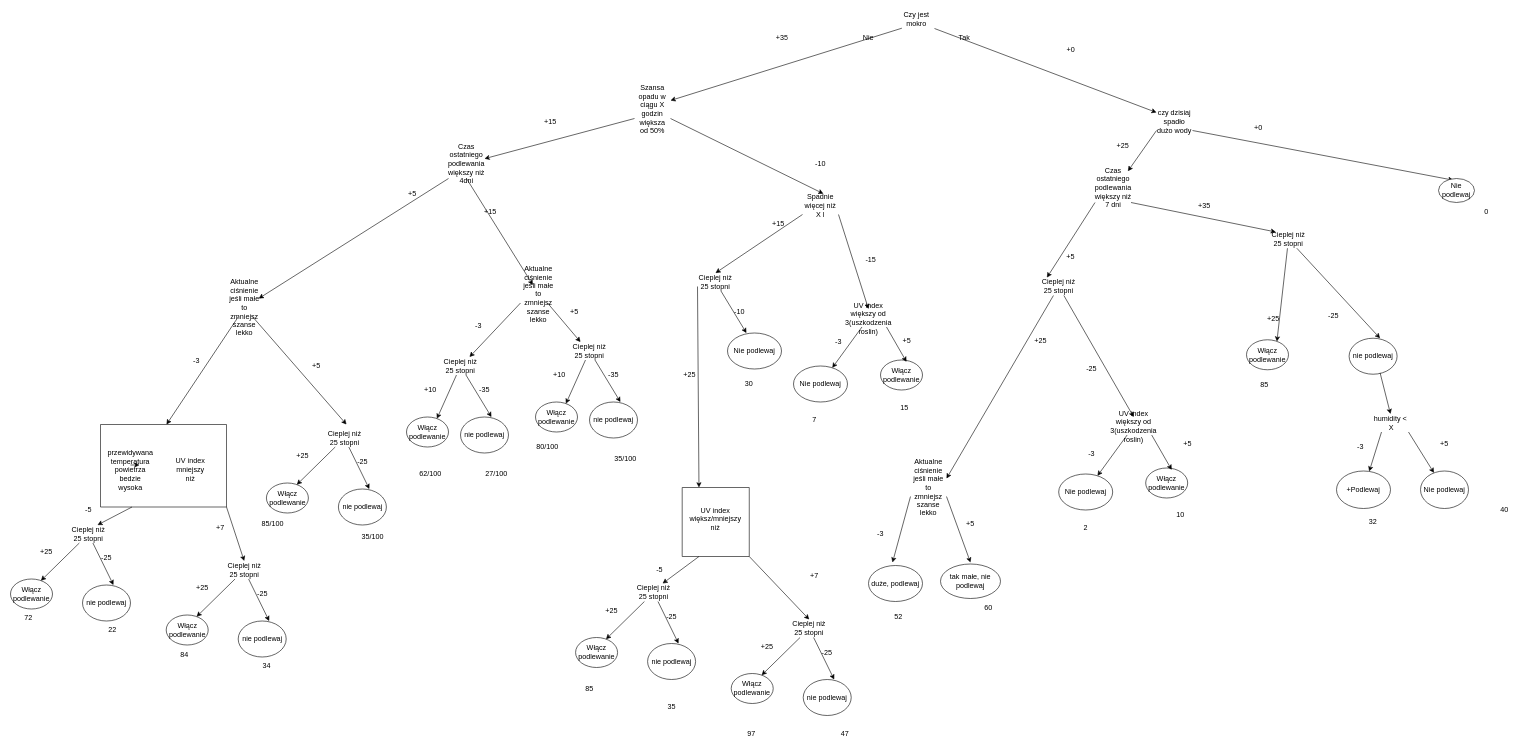
damiantomczyszyn/Irrigation-System keeps this draw.io diagram as page "Diagram" (5 of 5) of conditional-probability.drawio. Above is the earlier version. Source tidied: cells renumbered, new cells numbered last; positions are measured from the earlier drawing's top-left corner, leaving out a move shared by most shapes. Both pictures are drawn from the tidied source at 60%, with x=0, y=0 at pixel (10, 10).
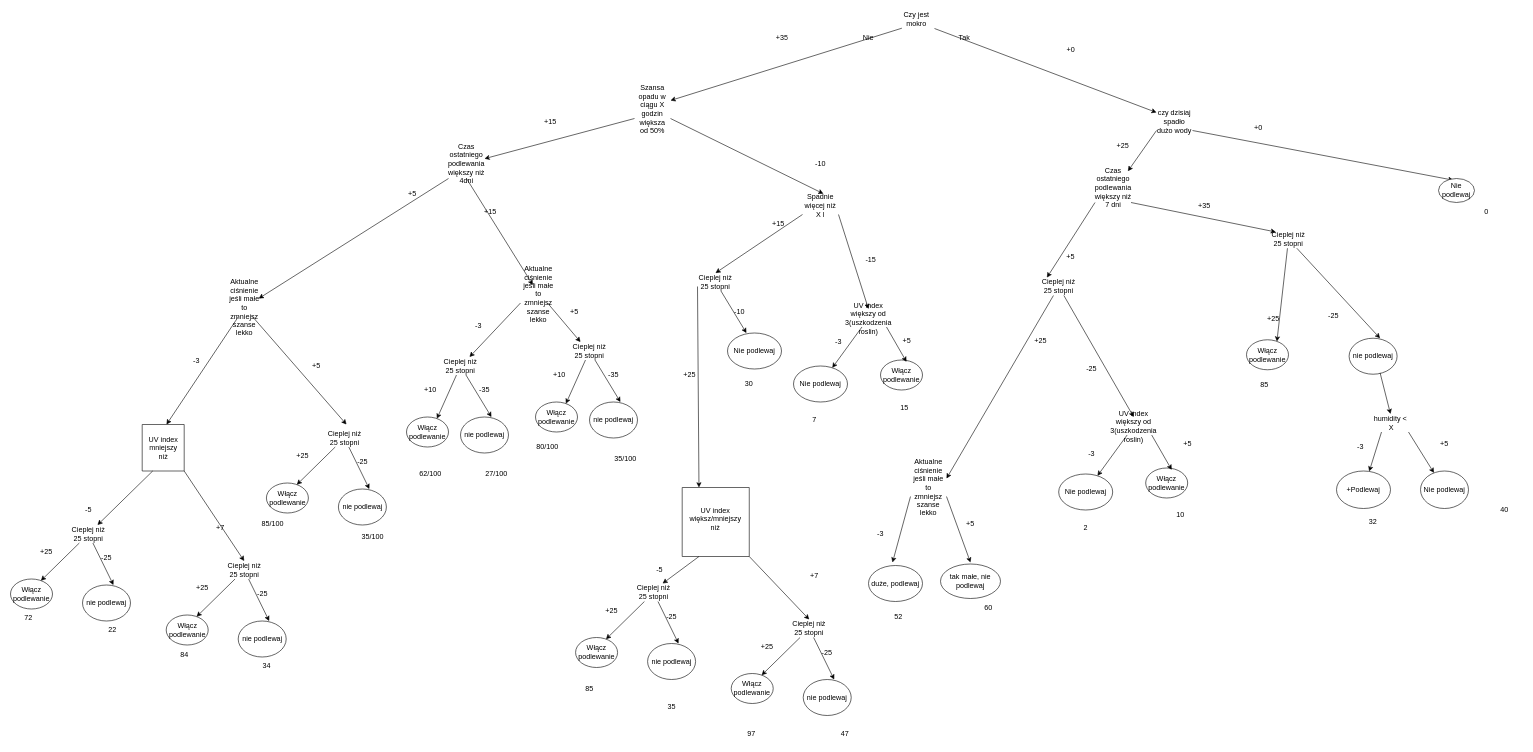
After the change.

What changed in the source:
```diff
@@
-    <mxCell id="63" value="UV index mniejszy niż" style="text;html=1;strokeColor=none;fillColor=none;align=center;verticalAlign=middle;whiteSpace=wrap;rounded=0;" parent="1" vertex="1">
-      <mxGeometry x="270" y="750" width="60" height="30" as="geometry" />
-    </mxCell>
@@
-    <mxCell id="65" value="przewidywana temperatura powietrza bedzie wysoka&lt;br&gt;&lt;div&gt;&lt;br&gt;&lt;/div&gt;" style="text;html=1;strokeColor=none;fillColor=none;align=center;verticalAlign=middle;whiteSpace=wrap;rounded=0;" parent="1" vertex="1">
-      <mxGeometry x="170" y="757.5" width="60" height="30" as="geometry" />
-    </mxCell>
-    <mxCell id="66" style="edgeStyle=orthogonalEdgeStyle;rounded=0;orthogonalLoop=1;jettySize=auto;html=1;exitX=0.5;exitY=0;exitDx=0;exitDy=0;entryX=0.75;entryY=0;entryDx=0;entryDy=0;" parent="1" edge="1" source="65" target="65">
-      <mxGeometry relative="1" as="geometry" />
-    </mxCell>
@@
     <mxCell id="92" style="swimlane;startSize=0;" parent="1" vertex="1">
-      <mxGeometry x="150" y="690" width="210" height="137.5" as="geometry" />
+      <mxGeometry x="219.5" y="690" width="70" height="77.5" as="geometry" />
     </mxCell>
+    <mxCell id="63" value="UV index mniejszy niż" style="text;html=1;strokeColor=none;fillColor=none;align=center;verticalAlign=middle;whiteSpace=wrap;rounded=0;" parent="92" vertex="1">
+      <mxGeometry x="5" y="23.8" width="60" height="30" as="geometry" />
+    </mxCell>
```
